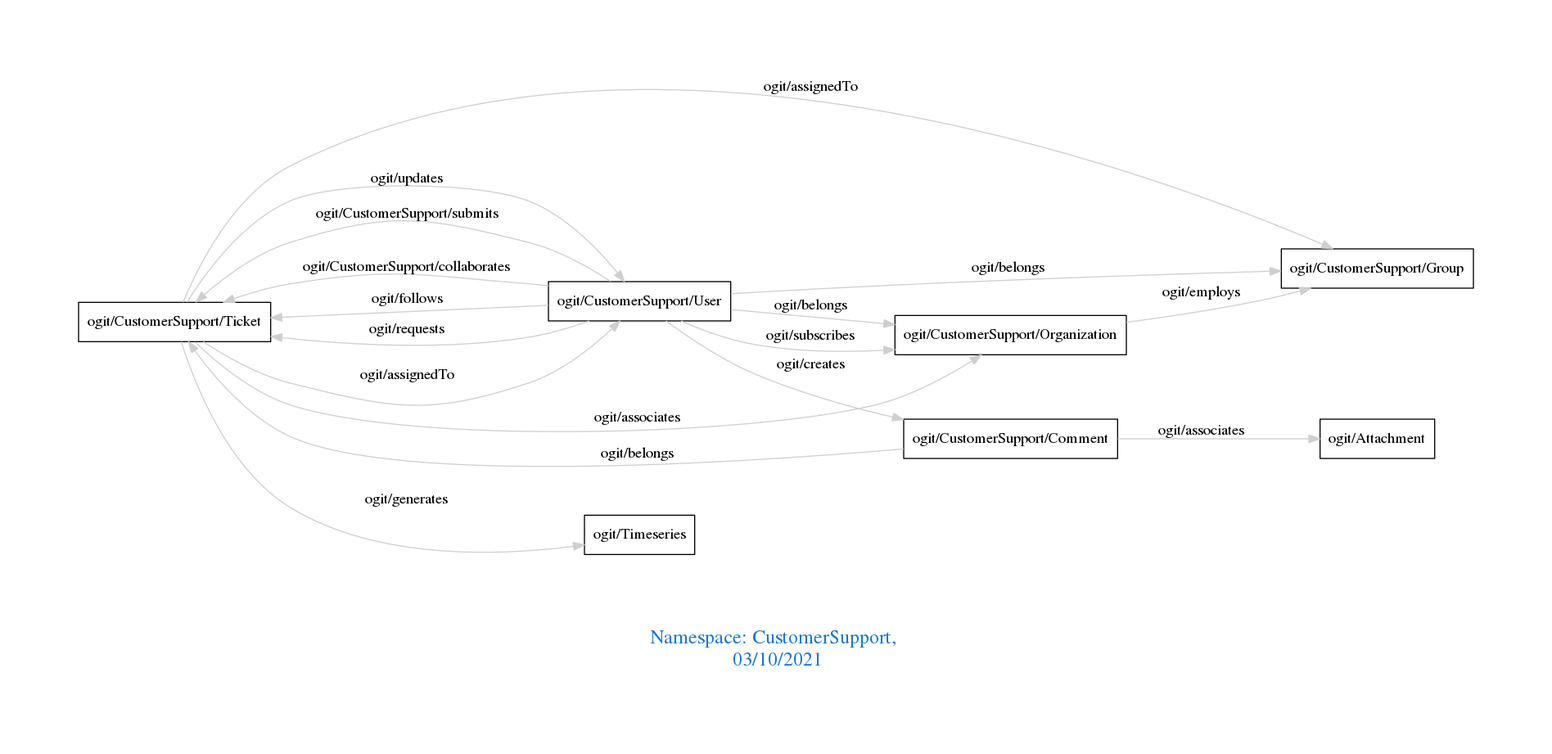
arago/OGIT keeps this Graphviz diagram as downloads/CustomerSupport.png. Above is the earlier version. Its source is kept beside it as downloads/CustomerSupport.dot.
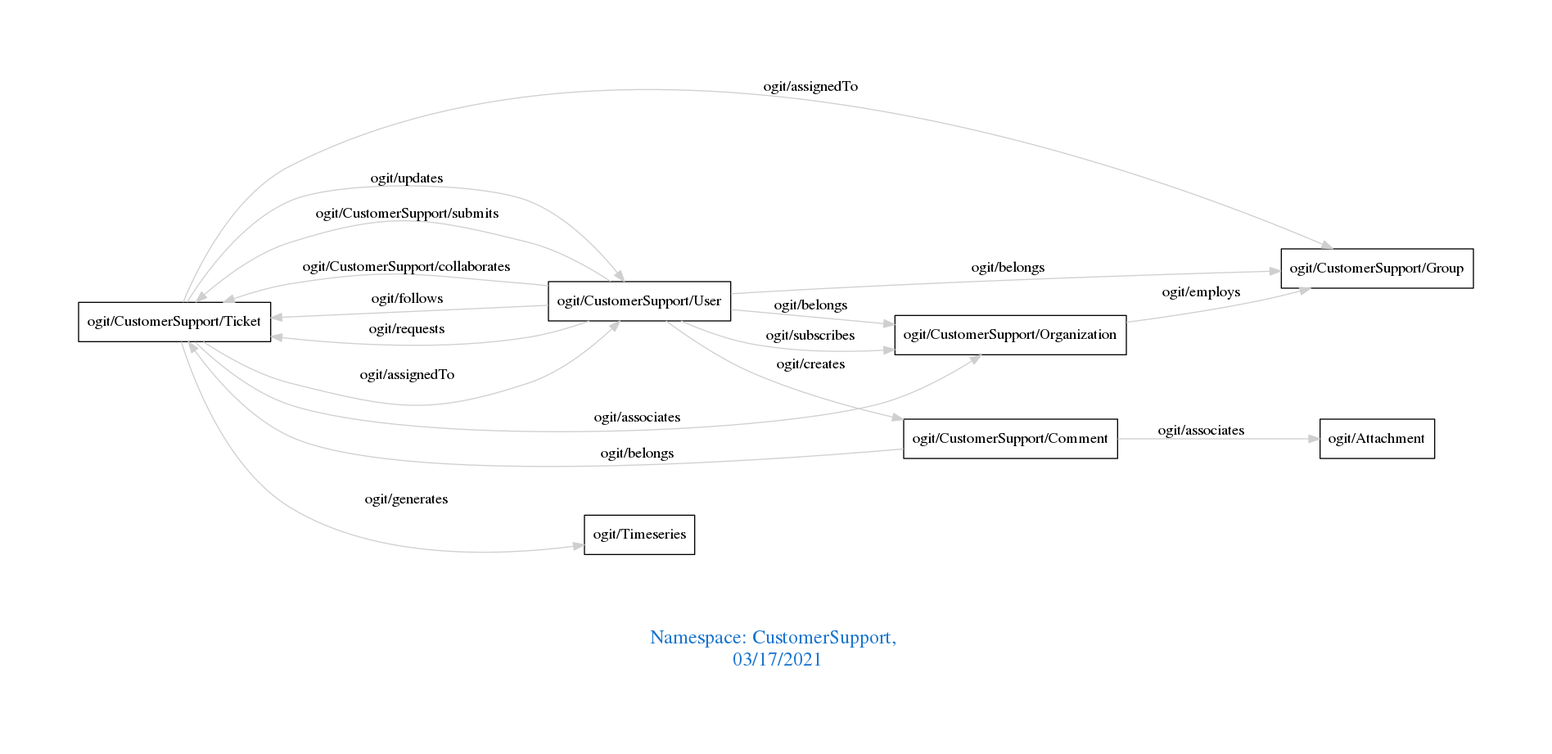
After the change.

The edit, as a diff of the source:
```diff
@@ -1,7 +1,7 @@
 digraph OGIT_ontology {
  graph [ rankdir= LR,pad=1
 fontsize = 18,
-fontcolor= dodgerblue3,label = "\n\n\nNamespace: CustomerSupport, \n 03/10/2021"];
+fontcolor= dodgerblue3,label = "\n\n\nNamespace: CustomerSupport, \n 03/17/2021"];
 node[shape=polygon];
 edge [  color="gray81"];
 
```
